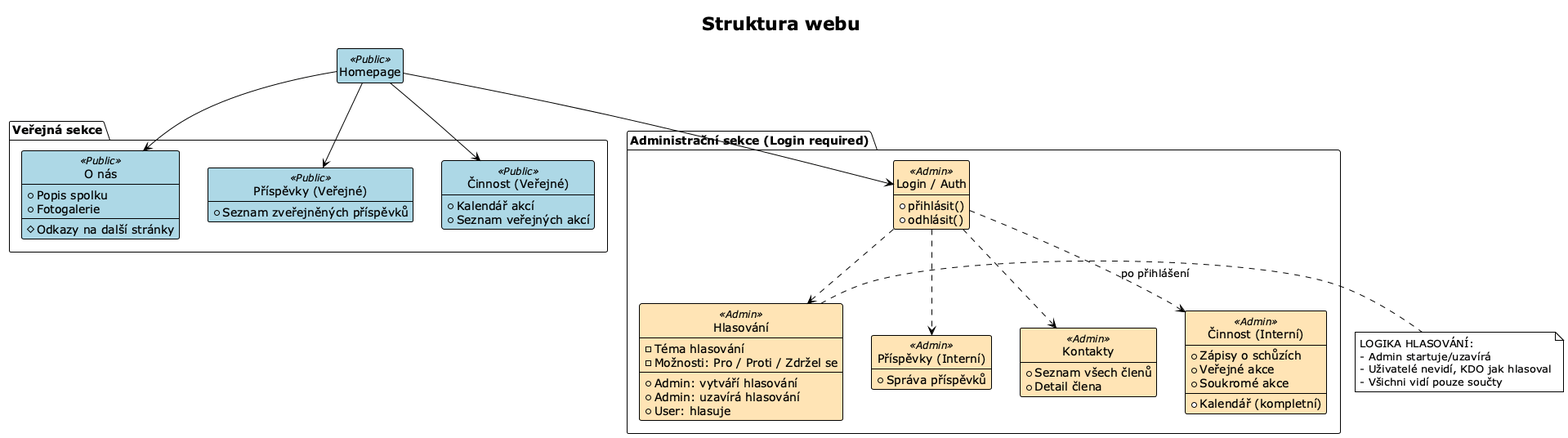
The PlantUML diagram docs/diagrams/Sitemap Diagram.png in jacky32/slovjani, before a commit. The source it was exported from:
```plantuml
@startuml "Sitemap Diagram"
!theme plain
hide empty members
hide circles

skinparam class {
    BackgroundColor<<Public>> LightBlue
    BackgroundColor<<Admin>> Moccasin
    BorderColor Black
}

title Struktura webu

class "Homepage" as Home <<Public>>

package "Veřejná sekce" {
    class "O nás" as Onas <<Public>> {
        + Popis spolku
        + Fotogalerie
        --
        # Odkazy na další stránky
    }

    class "Příspěvky (Veřejné)" as PostsPub <<Public>> {
        + Seznam zveřejněných příspěvků
    }

    class "Činnost (Veřejné)" as CinnostPub <<Public>> {
        + Kalendář akcí
        + Seznam veřejných akcí
    }
}

package "Administrační sekce (Login required)" {
    class "Login / Auth" as Login <<Admin>> {
        + přihlásit()
        + odhlásit()
    }

    class "Příspěvky (Interní)" as AdminPostsPage <<Admin>> {
        + Správa příspěvků
    }

    class "Kontakty" as Kontakty <<Admin>> {
        + Seznam všech členů
        + Detail člena
    }

    class "Činnost (Interní)" as CinnostPriv <<Admin>> {
        + Zápisy o schůzích
        + Kalendář (kompletní)
        + Veřejné akce
        + Soukromé akce
    }

    class "Hlasování" as Hlasovani <<Admin>> {
        - Téma hlasování
        - Možnosti: Pro / Proti / Zdržel se
        --
        + Admin: vytváří hlasování
        + Admin: uzavírá hlasování
        + User: hlasuje
    }
}

Home --> Onas
Home --> PostsPub
Home --> CinnostPub
Home --> Login

Login ..> CinnostPriv : po přihlášení
Login ..> Hlasovani
Login ..> Kontakty
Login ..> AdminPostsPage

note right of Hlasovani
  LOGIKA HLASOVÁNÍ:
  - Admin startuje/uzavírá
  - Uživatelé nevidí, KDO jak hlasoval
  - Všichni vidí pouze součty
end note

@enduml
```
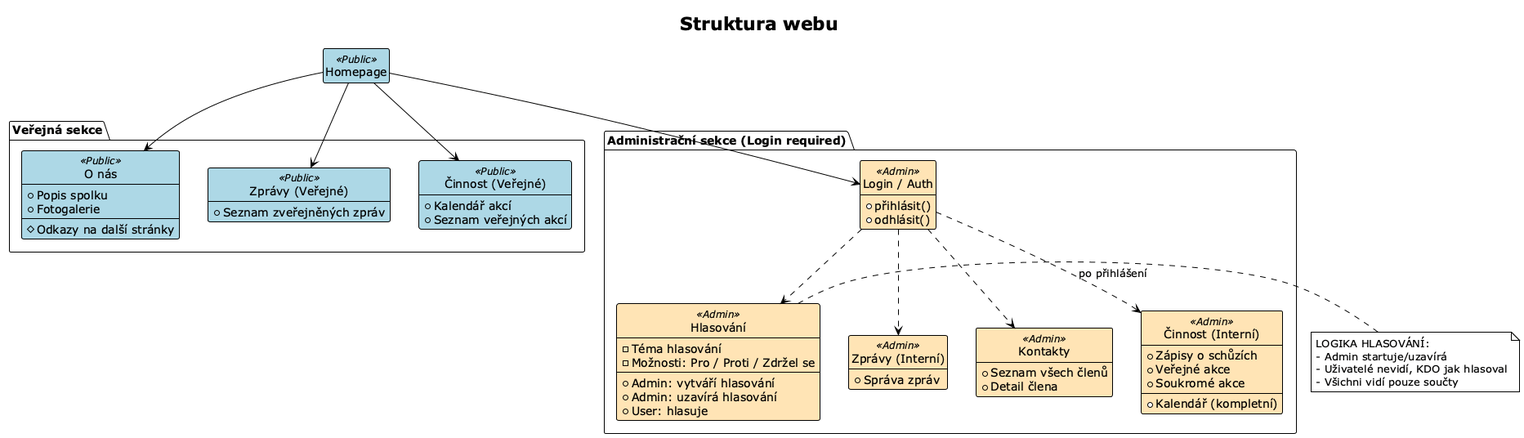
Above is the later version.

Diff of the diagram source:
```diff
@@ -21,8 +21,8 @@
         # Odkazy na další stránky
     }
 
-    class "Příspěvky (Veřejné)" as PostsPub <<Public>> {
-        + Seznam zveřejněných příspěvků
+    class "Zprávy (Veřejné)" as PostsPub <<Public>> {
+        + Seznam zveřejněných zpráv
     }
 
     class "Činnost (Veřejné)" as CinnostPub <<Public>> {
@@ -37,8 +37,8 @@
         + odhlásit()
     }
 
-    class "Příspěvky (Interní)" as AdminPostsPage <<Admin>> {
-        + Správa příspěvků
+    class "Zprávy (Interní)" as AdminPostsPage <<Admin>> {
+        + Správa zpráv
     }
 
     class "Kontakty" as Kontakty <<Admin>> {
```
